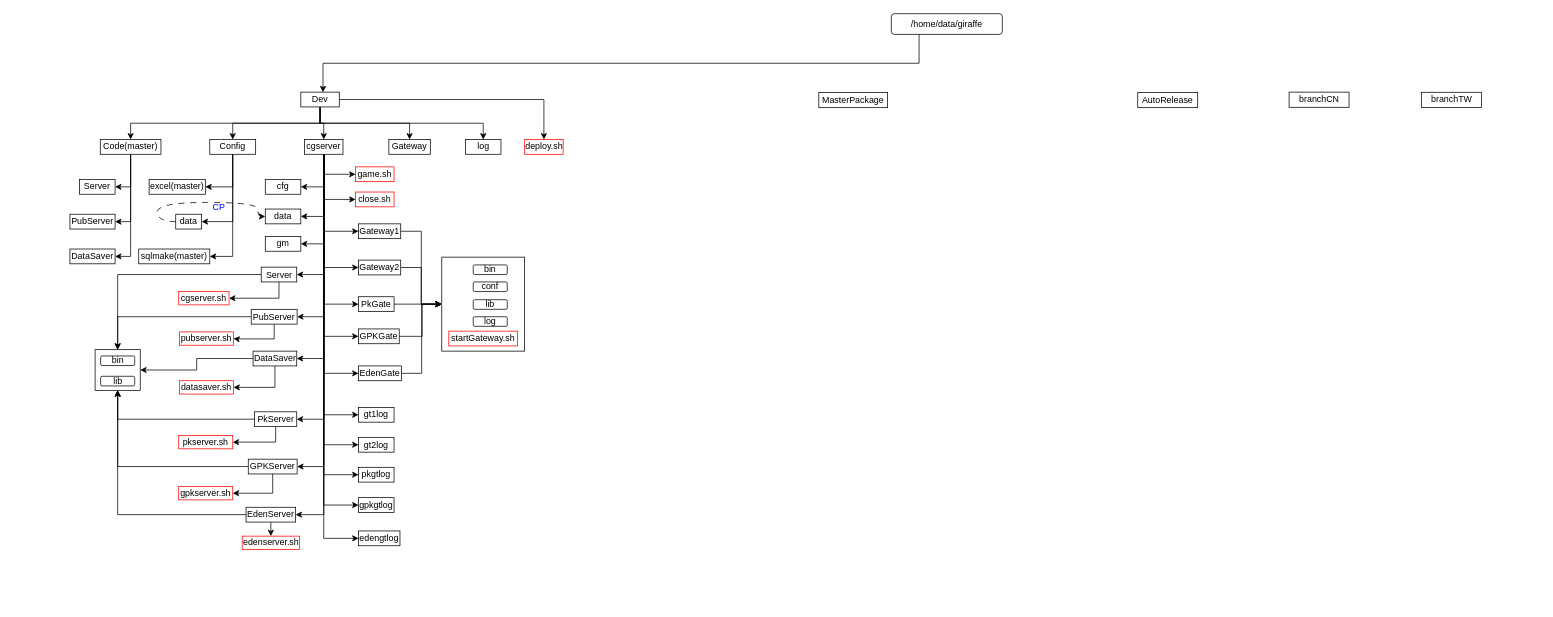
The draw.io diagram cgArch.drawio in xiaodongYao/DrawIO, before the edit. Source tidied: cells renumbered, new cells numbered last; positions are measured from the earlier drawing's top-left corner, leaving out a move shared by most shapes. Both pictures are drawn from the tidied source at 74%, with x=0, y=0 at pixel (70, 13).
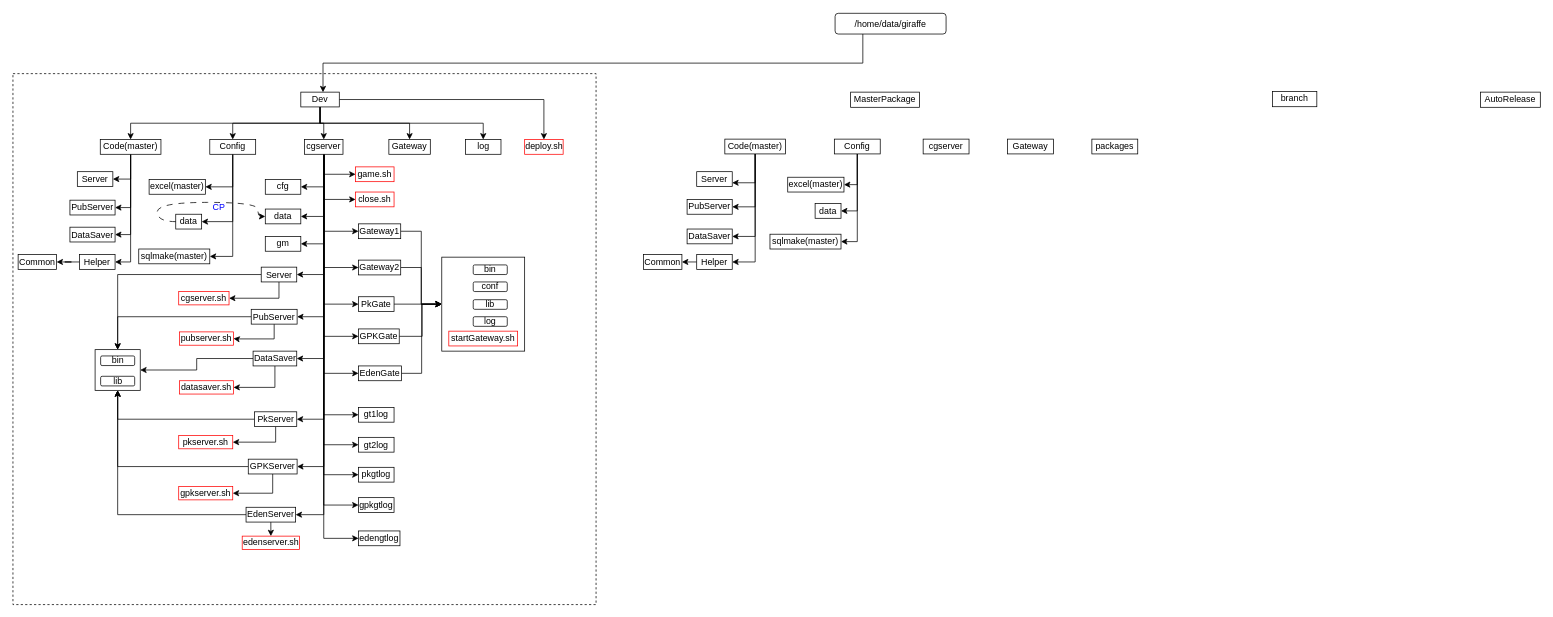
The same page after the edit.

Unchanged cells that the change refers to:
```xml
<mxCell id="14" value="Code(master)" style="rounded=0;whiteSpace=wrap;html=1;" parent="1" vertex="1">
  <mxGeometry x="41" y="170" width="82" height="20" as="geometry" />
</mxCell>
```

What changed in the source:
```diff
@@
+    <mxCell id="109" style="rounded=0;whiteSpace=wrap;html=1;dashed=1;" parent="1" vertex="1">
+      <mxGeometry x="-77" y="81" width="788" height="717.5" as="geometry" />
+    </mxCell>
     <mxCell id="2" value="/home/data/giraffe" style="rounded=1;whiteSpace=wrap;html=1;" parent="1" vertex="1">
-      <mxGeometry x="1110" width="150" height="28" as="geometry" />
+      <mxGeometry x="1034" y="-0.5" width="150" height="28" as="geometry" />
     </mxCell>
@@
+    <mxCell id="110" style="edgeStyle=orthogonalEdgeStyle;rounded=0;jettySize=auto;html=1;exitX=0.5;exitY=1;exitDx=0;exitDy=0;entryX=1;entryY=0.5;entryDx=0;entryDy=0;" parent="1" edge="1" source="14" target="124">
+      <mxGeometry relative="1" as="geometry" />
+    </mxCell>
@@
     <mxCell id="37" value="AutoRelease" style="rounded=0;whiteSpace=wrap;html=1;" parent="1" vertex="1">
-      <mxGeometry x="1443" y="106.5" width="81" height="20.5" as="geometry" />
+      <mxGeometry x="1906" y="106" width="81" height="20.5" as="geometry" />
     </mxCell>
-    <mxCell id="38" value="branchCN" style="rounded=0;whiteSpace=wrap;html=1;" parent="1" vertex="1">
-      <mxGeometry x="1647.5" y="106" width="81" height="20.5" as="geometry" />
+    <mxCell id="38" value="branch" style="rounded=0;whiteSpace=wrap;html=1;" parent="1" vertex="1">
+      <mxGeometry x="1625" y="105.2" width="60" height="20.5" as="geometry" />
     </mxCell>
-    <mxCell id="39" value="branchTW" style="rounded=0;whiteSpace=wrap;html=1;" parent="1" vertex="1">
-      <mxGeometry x="1826.5" y="106.2" width="81" height="20.5" as="geometry" />
-    </mxCell>
@@
     <mxCell id="48" value="Server" style="rounded=0;whiteSpace=wrap;html=1;" parent="1" vertex="1">
-      <mxGeometry x="13" y="224" width="48" height="20" as="geometry" />
+      <mxGeometry x="10" y="213.5" width="48" height="20" as="geometry" />
     </mxCell>
     <mxCell id="49" value="PubServer" style="rounded=0;whiteSpace=wrap;html=1;" parent="1" vertex="1">
-      <mxGeometry y="271" width="61" height="20" as="geometry" />
+      <mxGeometry y="252" width="61" height="20" as="geometry" />
     </mxCell>
     <mxCell id="50" value="DataSaver" style="rounded=0;whiteSpace=wrap;html=1;" parent="1" vertex="1">
-      <mxGeometry y="318" width="61" height="20" as="geometry" />
+      <mxGeometry y="288.5" width="61" height="20" as="geometry" />
     </mxCell>
@@
     <mxCell id="108" value="MasterPackage" style="rounded=0;whiteSpace=wrap;html=1;" parent="1" vertex="1">
-      <mxGeometry x="1012" y="106.5" width="93" height="20.5" as="geometry" />
+      <mxGeometry x="1055" y="106" width="93" height="20.5" as="geometry" />
     </mxCell>
+    <mxCell id="111" style="edgeStyle=orthogonalEdgeStyle;rounded=0;jettySize=auto;html=1;exitX=0.5;exitY=1;exitDx=0;exitDy=0;entryX=1;entryY=0.75;entryDx=0;entryDy=0;" parent="1" edge="1" source="115" target="126">
+      <mxGeometry relative="1" as="geometry" />
+    </mxCell>
+    <mxCell id="112" style="edgeStyle=orthogonalEdgeStyle;rounded=0;jettySize=auto;html=1;exitX=0.5;exitY=1;exitDx=0;exitDy=0;entryX=1;entryY=0.5;entryDx=0;entryDy=0;" parent="1" edge="1" source="115" target="127">
+      <mxGeometry relative="1" as="geometry" />
+    </mxCell>
+    <mxCell id="113" style="edgeStyle=orthogonalEdgeStyle;rounded=0;jettySize=auto;html=1;exitX=0.5;exitY=1;exitDx=0;exitDy=0;entryX=1;entryY=0.5;entryDx=0;entryDy=0;" parent="1" edge="1" source="115" target="128">
+      <mxGeometry relative="1" as="geometry" />
+    </mxCell>
+    <mxCell id="114" style="edgeStyle=orthogonalEdgeStyle;rounded=0;jettySize=auto;html=1;exitX=0.5;exitY=1;exitDx=0;exitDy=0;entryX=1;entryY=0.5;entryDx=0;entryDy=0;" parent="1" edge="1" source="115" target="130">
+      <mxGeometry relative="1" as="geometry" />
+    </mxCell>
+    <mxCell id="115" value="Code(master)" style="rounded=0;whiteSpace=wrap;html=1;" parent="1" vertex="1">
+      <mxGeometry x="885" y="169.5" width="82" height="20" as="geometry" />
+    </mxCell>
+    <mxCell id="116" style="edgeStyle=orthogonalEdgeStyle;rounded=0;jettySize=auto;html=1;exitX=0.5;exitY=1;exitDx=0;exitDy=0;entryX=1;entryY=0.5;entryDx=0;entryDy=0;" parent="1" edge="1" source="119" target="132">
+      <mxGeometry relative="1" as="geometry">
+        <Array as="points">
+          <mxPoint x="1064" y="231.5" />
+        </Array>
+      </mxGeometry>
+    </mxCell>
+    <mxCell id="117" style="edgeStyle=orthogonalEdgeStyle;rounded=0;jettySize=auto;html=1;exitX=0.5;exitY=1;exitDx=0;exitDy=0;entryX=1;entryY=0.5;entryDx=0;entryDy=0;" parent="1" edge="1" source="119" target="133">
+      <mxGeometry relative="1" as="geometry" />
+    </mxCell>
+    <mxCell id="118" style="edgeStyle=orthogonalEdgeStyle;rounded=0;jettySize=auto;html=1;exitX=0.5;exitY=1;exitDx=0;exitDy=0;entryX=1;entryY=0.5;entryDx=0;entryDy=0;" parent="1" edge="1" source="119" target="134">
+      <mxGeometry relative="1" as="geometry" />
+    </mxCell>
+    <mxCell id="119" value="Config" style="rounded=0;whiteSpace=wrap;html=1;" parent="1" vertex="1">
+      <mxGeometry x="1033" y="169.5" width="62" height="20" as="geometry" />
+    </mxCell>
+    <mxCell id="120" value="cgserver" style="rounded=0;whiteSpace=wrap;html=1;" parent="1" vertex="1">
+      <mxGeometry x="1153" y="169.5" width="62" height="20" as="geometry" />
+    </mxCell>
+    <mxCell id="121" value="Gateway" style="rounded=0;whiteSpace=wrap;html=1;" parent="1" vertex="1">
+      <mxGeometry x="1267" y="169.5" width="62" height="20" as="geometry" />
+    </mxCell>
+    <mxCell id="122" value="packages" style="rounded=0;whiteSpace=wrap;html=1;" parent="1" vertex="1">
+      <mxGeometry x="1381" y="169.5" width="62" height="20" as="geometry" />
+    </mxCell>
+    <mxCell id="123" style="edgeStyle=orthogonalEdgeStyle;rounded=0;jettySize=auto;html=1;exitX=0;exitY=0.5;exitDx=0;exitDy=0;" parent="1" edge="1" source="124" target="125">
+      <mxGeometry relative="1" as="geometry" />
+    </mxCell>
+    <mxCell id="124" value="Helper" style="rounded=0;whiteSpace=wrap;html=1;" parent="1" vertex="1">
+      <mxGeometry x="13" y="325.5" width="48" height="20" as="geometry" />
+    </mxCell>
+    <mxCell id="125" value="Common" style="rounded=0;whiteSpace=wrap;html=1;" parent="1" vertex="1">
+      <mxGeometry x="-70" y="325.5" width="52" height="20" as="geometry" />
+    </mxCell>
+    <mxCell id="126" value="Server" style="rounded=0;whiteSpace=wrap;html=1;" parent="1" vertex="1">
+      <mxGeometry x="847" y="213.5" width="48" height="20" as="geometry" />
+    </mxCell>
+    <mxCell id="127" value="PubServer" style="rounded=0;whiteSpace=wrap;html=1;" parent="1" vertex="1">
+      <mxGeometry x="834" y="251" width="61" height="20" as="geometry" />
+    </mxCell>
+    <mxCell id="128" value="DataSaver" style="rounded=0;whiteSpace=wrap;html=1;" parent="1" vertex="1">
+      <mxGeometry x="834" y="291" width="61" height="20" as="geometry" />
+    </mxCell>
+    <mxCell id="129" style="edgeStyle=orthogonalEdgeStyle;rounded=0;jettySize=auto;html=1;exitX=0;exitY=0.5;exitDx=0;exitDy=0;entryX=1;entryY=0.5;entryDx=0;entryDy=0;" parent="1" edge="1" source="130" target="131">
+      <mxGeometry relative="1" as="geometry" />
+    </mxCell>
+    <mxCell id="130" value="Helper" style="rounded=0;whiteSpace=wrap;html=1;" parent="1" vertex="1">
+      <mxGeometry x="847" y="325.5" width="48" height="20" as="geometry" />
+    </mxCell>
+    <mxCell id="131" value="Common" style="rounded=0;whiteSpace=wrap;html=1;" parent="1" vertex="1">
+      <mxGeometry x="775" y="325.5" width="52" height="20" as="geometry" />
+    </mxCell>
+    <mxCell id="132" value="excel(master)" style="rounded=0;whiteSpace=wrap;html=1;" parent="1" vertex="1">
+      <mxGeometry x="970" y="221" width="76" height="20" as="geometry" />
+    </mxCell>
+    <mxCell id="133" value="data" style="rounded=0;whiteSpace=wrap;html=1;" parent="1" vertex="1">
+      <mxGeometry x="1007" y="256.5" width="35" height="20" as="geometry" />
+    </mxCell>
+    <mxCell id="134" value="sqlmake(master)" style="rounded=0;whiteSpace=wrap;html=1;" parent="1" vertex="1">
+      <mxGeometry x="946" y="298" width="96" height="20" as="geometry" />
+    </mxCell>
```
